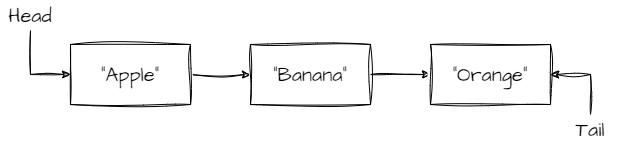
Before: assets/SinglyLinkedList.drawio.png, a diagram exported from draw.io (SerhiyGuivan/structurify). Source tidied: cells renumbered, new cells last; positions are measured from the earlier drawing's top-left corner, leaving out a move shared by most shapes.
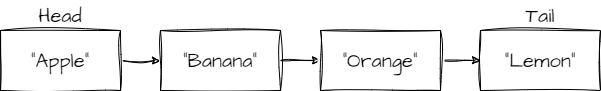
The same diagram one commit later.

Change to the diagram source:
```diff
@@ -12,22 +12,22 @@
       <mxGeometry relative="1" as="geometry" />
     </mxCell>
     <mxCell id="5" value="&quot;Banana&quot;" style="rounded=0;whiteSpace=wrap;html=1;sketch=1;hachureGap=4;jiggle=2;curveFitting=1;fontFamily=Architects Daughter;fontSource=https%3A%2F%2Ffonts.googleapis.com%2Fcss%3Ffamily%3DArchitects%2BDaughter;fontSize=20;" parent="1" vertex="1">
-      <mxGeometry x="250" y="44" width="120" height="60" as="geometry" />
+      <mxGeometry x="230" y="44" width="120" height="60" as="geometry" />
     </mxCell>
+    <mxCell id="11" style="edgeStyle=orthogonalEdgeStyle;rounded=0;sketch=1;hachureGap=4;jiggle=2;curveFitting=1;jettySize=auto;html=1;exitX=1;exitY=0.5;exitDx=0;exitDy=0;entryX=0;entryY=0.5;entryDx=0;entryDy=0;fontFamily=Architects Daughter;fontSource=https%3A%2F%2Ffonts.googleapis.com%2Fcss%3Ffamily%3DArchitects%2BDaughter;fontSize=16;" parent="1" edge="1" source="6" target="12">
+      <mxGeometry relative="1" as="geometry" />
+    </mxCell>
     <mxCell id="6" value="&quot;Orange&quot;" style="rounded=0;whiteSpace=wrap;html=1;sketch=1;hachureGap=4;jiggle=2;curveFitting=1;fontFamily=Architects Daughter;fontSource=https%3A%2F%2Ffonts.googleapis.com%2Fcss%3Ffamily%3DArchitects%2BDaughter;fontSize=20;" parent="1" vertex="1">
-      <mxGeometry x="430" y="44" width="120" height="60" as="geometry" />
+      <mxGeometry x="390" y="44" width="120" height="60" as="geometry" />
     </mxCell>
-    <mxCell id="7" style="edgeStyle=orthogonalEdgeStyle;rounded=0;sketch=1;hachureGap=4;jiggle=2;curveFitting=1;jettySize=auto;html=1;exitX=0.5;exitY=1;exitDx=0;exitDy=0;entryX=0;entryY=0.5;entryDx=0;entryDy=0;fontFamily=Architects Daughter;fontSource=https%3A%2F%2Ffonts.googleapis.com%2Fcss%3Ffamily%3DArchitects%2BDaughter;fontSize=16;" parent="1" edge="1" source="8" target="3">
-      <mxGeometry relative="1" as="geometry" />
-    </mxCell>
     <mxCell id="8" value="Head" style="text;html=1;strokeColor=none;fillColor=none;align=center;verticalAlign=middle;whiteSpace=wrap;rounded=0;fontSize=20;fontFamily=Architects Daughter;" parent="1" vertex="1">
-      <mxGeometry width="60" height="30" as="geometry" />
+      <mxGeometry x="100" y="14" width="60" height="30" as="geometry" />
     </mxCell>
-    <mxCell id="9" style="edgeStyle=orthogonalEdgeStyle;rounded=0;sketch=1;hachureGap=4;jiggle=2;curveFitting=1;jettySize=auto;html=1;exitX=0.5;exitY=0;exitDx=0;exitDy=0;entryX=1;entryY=0.5;entryDx=0;entryDy=0;fontFamily=Architects Daughter;fontSource=https%3A%2F%2Ffonts.googleapis.com%2Fcss%3Ffamily%3DArchitects%2BDaughter;fontSize=16;" parent="1" edge="1" source="10" target="6">
-      <mxGeometry relative="1" as="geometry" />
-    </mxCell>
     <mxCell id="10" value="Tail" style="text;html=1;strokeColor=none;fillColor=none;align=center;verticalAlign=middle;whiteSpace=wrap;rounded=0;fontSize=20;fontFamily=Architects Daughter;" parent="1" vertex="1">
-      <mxGeometry x="560" y="114" width="60" height="30" as="geometry" />
+      <mxGeometry x="580" y="14" width="60" height="30" as="geometry" />
     </mxCell>
+    <mxCell id="12" value="&quot;Lemon&quot;" style="rounded=0;whiteSpace=wrap;html=1;sketch=1;hachureGap=4;jiggle=2;curveFitting=1;fontFamily=Architects Daughter;fontSource=https%3A%2F%2Ffonts.googleapis.com%2Fcss%3Ffamily%3DArchitects%2BDaughter;fontSize=20;" parent="1" vertex="1">
+      <mxGeometry x="550" y="44" width="120" height="60" as="geometry" />
+    </mxCell>
   </root>
 </mxGraphModel>
```
